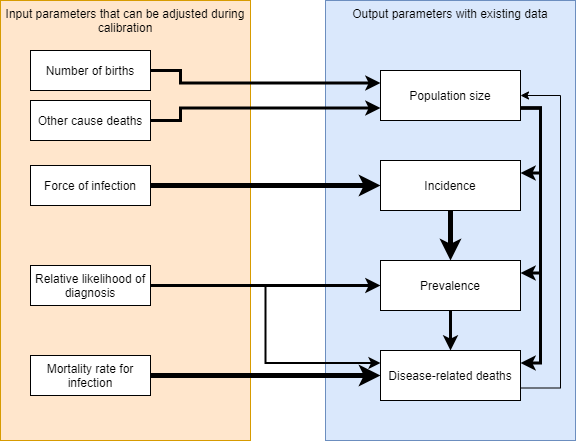
This is docs/tutorial/images/t2_calibration_mapping.png from atomicateam/atomica, a draw.io export, as it was before one commit. Source tidied: cells renumbered, new cells last; positions are measured from the earlier drawing's top-left corner, leaving out a move shared by most shapes.
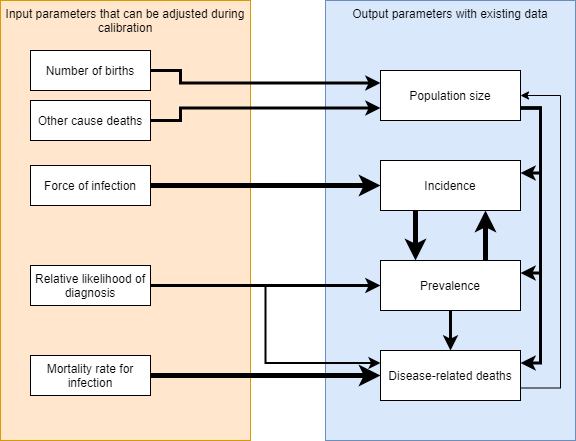
Above is the later version.

Commit message:
Fixed diagram, added section on dangers of calibration

Change to the diagram source:
```diff
@@ -8,7 +8,7 @@
     <mxCell id="3" value="Input parameters that can be adjusted during calibration" style="rounded=0;whiteSpace=wrap;html=1;fillColor=#ffe6cc;strokeColor=#d79b00;verticalAlign=top;" parent="1" vertex="1">
       <mxGeometry width="250" height="440" as="geometry" />
     </mxCell>
-    <mxCell id="4" style="edgeStyle=orthogonalEdgeStyle;rounded=0;jettySize=auto;html=1;exitX=0.5;exitY=1;exitDx=0;exitDy=0;entryX=0.5;entryY=0;entryDx=0;entryDy=0;strokeWidth=5;" parent="1" edge="1" source="5" target="11">
+    <mxCell id="4" style="edgeStyle=orthogonalEdgeStyle;rounded=0;jettySize=auto;html=1;exitX=0.25;exitY=1;exitDx=0;exitDy=0;entryX=0.25;entryY=0;entryDx=0;entryDy=0;strokeWidth=5;" parent="1" edge="1" source="5" target="11">
       <mxGeometry relative="1" as="geometry" />
     </mxCell>
     <mxCell id="5" value="Incidence" style="rounded=0;whiteSpace=wrap;html=1;" parent="1" vertex="1">
@@ -29,6 +29,9 @@
     <mxCell id="10" style="edgeStyle=orthogonalEdgeStyle;rounded=0;jettySize=auto;html=1;exitX=0.5;exitY=1;exitDx=0;exitDy=0;entryX=0.5;entryY=0;entryDx=0;entryDy=0;strokeWidth=3;" parent="1" edge="1" source="11" target="13">
       <mxGeometry relative="1" as="geometry" />
     </mxCell>
+    <mxCell id="25" style="edgeStyle=orthogonalEdgeStyle;rounded=0;jettySize=auto;html=1;exitX=0.75;exitY=0;exitDx=0;exitDy=0;entryX=0.75;entryY=1;entryDx=0;entryDy=0;strokeWidth=5;" parent="1" edge="1" source="11" target="5">
+      <mxGeometry relative="1" as="geometry" />
+    </mxCell>
     <mxCell id="11" value="Prevalence" style="rounded=0;whiteSpace=wrap;html=1;" parent="1" vertex="1">
       <mxGeometry x="380" y="260" width="140" height="50" as="geometry" />
     </mxCell>
```
